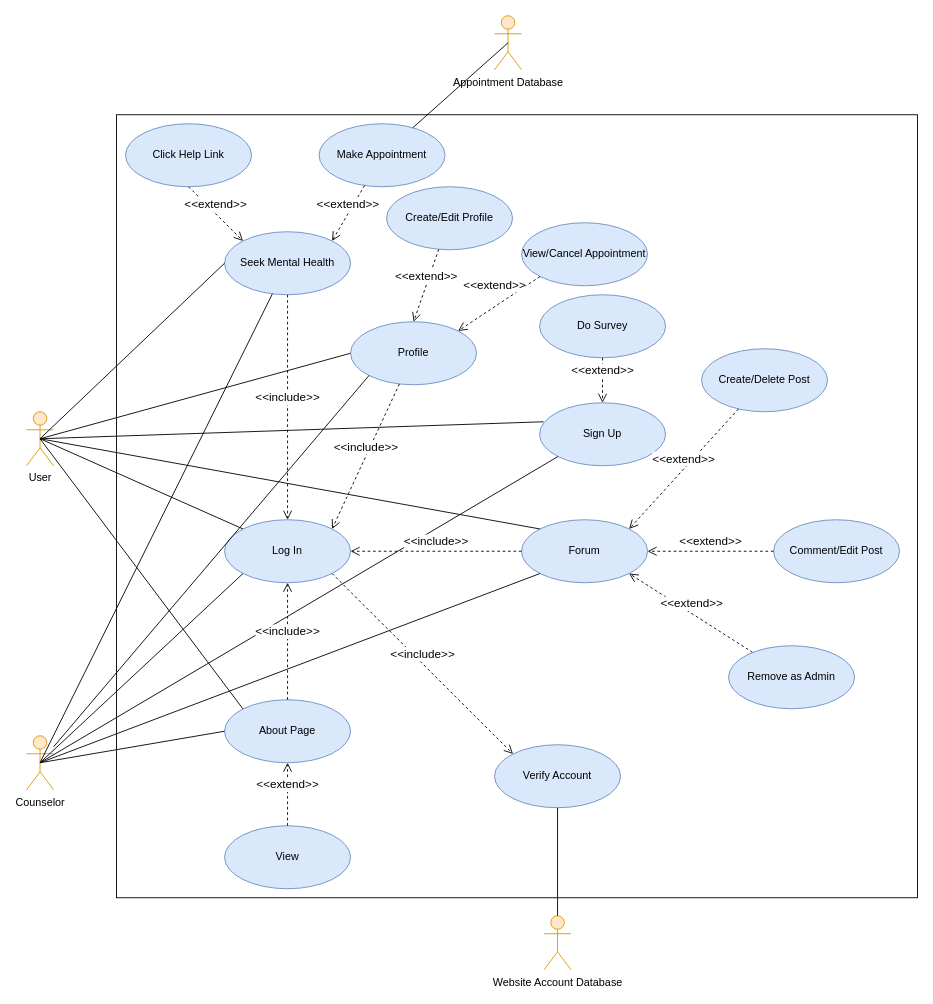
This is page "Use Case Diagram" (2 of 10) of Untitled Diagram.drawio from EliezerOng/CZ2006-Web-Devz, a draw.io file, before an edit. Source tidied: cells renumbered, new cells numbered last; positions are measured from the earlier drawing's top-left corner, leaving out a move shared by most shapes. Both pictures are drawn from the tidied source at 90%, with x=0, y=0 at pixel (26, 15).
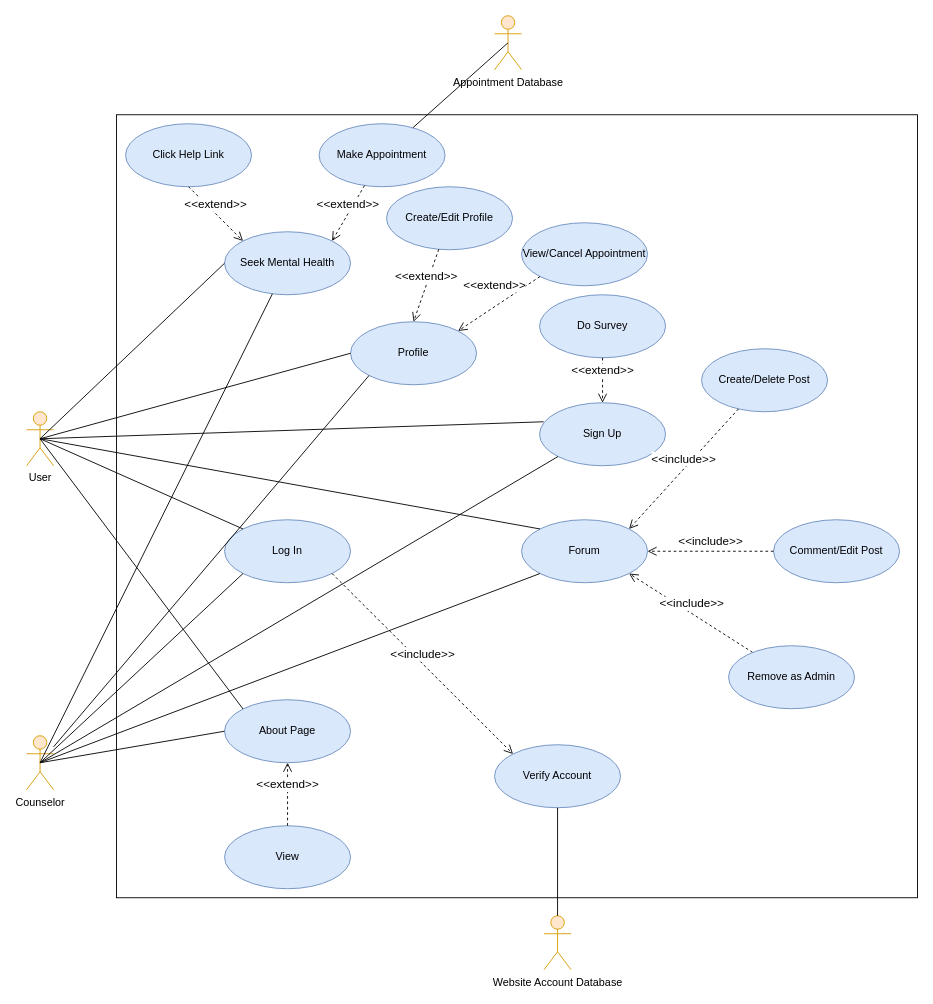
The same diagram, later.

Commit message:
update use case diagram

Unchanged cells that the change refers to:
```xml
<mxCell id="5" value="Log In" style="ellipse;whiteSpace=wrap;html=1;fillColor=#dae8fc;strokeColor=#6c8ebf;" parent="1" vertex="1">
  <mxGeometry x="220" y="560" width="140" height="70" as="geometry" />
</mxCell>
<mxCell id="11" value="Forum" style="ellipse;whiteSpace=wrap;html=1;fillColor=#dae8fc;strokeColor=#6c8ebf;" parent="1" vertex="1">
  <mxGeometry x="550" y="560" width="140" height="70" as="geometry" />
</mxCell>
<mxCell id="15" value="Create/Delete Post" style="ellipse;whiteSpace=wrap;html=1;fillColor=#dae8fc;strokeColor=#6c8ebf;" parent="1" vertex="1">
  <mxGeometry x="750" y="370" width="140" height="70" as="geometry" />
</mxCell>
<mxCell id="17" value="Comment/Edit Post" style="ellipse;whiteSpace=wrap;html=1;fillColor=#dae8fc;strokeColor=#6c8ebf;" parent="1" vertex="1">
  <mxGeometry x="830" y="560" width="140" height="70" as="geometry" />
</mxCell>
<mxCell id="20" value="Remove as Admin" style="ellipse;whiteSpace=wrap;html=1;fillColor=#dae8fc;strokeColor=#6c8ebf;" parent="1" vertex="1">
  <mxGeometry x="780" y="700" width="140" height="70" as="geometry" />
</mxCell>
<mxCell id="21" value="Seek Mental Health" style="ellipse;whiteSpace=wrap;html=1;fillColor=#dae8fc;strokeColor=#6c8ebf;" parent="1" vertex="1">
  <mxGeometry x="220" y="240" width="140" height="70" as="geometry" />
</mxCell>
<mxCell id="31" value="About Page" style="ellipse;whiteSpace=wrap;html=1;fillColor=#dae8fc;strokeColor=#6c8ebf;" parent="1" vertex="1">
  <mxGeometry x="220" y="760" width="140" height="70" as="geometry" />
</mxCell>
<mxCell id="43" value="Profile" style="ellipse;whiteSpace=wrap;html=1;fillColor=#dae8fc;strokeColor=#6c8ebf;" parent="1" vertex="1">
  <mxGeometry x="360" y="340" width="140" height="70" as="geometry" />
</mxCell>
```

Diff of the diagram source:
```diff
@@
-    <mxCell id="14" value="&amp;lt;&amp;lt;include&amp;gt;&amp;gt;" style="html=1;verticalAlign=bottom;endArrow=open;dashed=1;endSize=8;rounded=0;fontSize=13;entryX=1;entryY=0.5;entryDx=0;entryDy=0;exitX=0;exitY=0.5;exitDx=0;exitDy=0;" parent="1" edge="1" source="11" target="5">
-      <mxGeometry relative="1" as="geometry" />
-    </mxCell>
@@
-    <mxCell id="16" value="&lt;span style=&quot;font-size: 13px&quot;&gt;&amp;lt;&amp;lt;extend&amp;gt;&amp;gt;&lt;/span&gt;" style="html=1;verticalAlign=bottom;endArrow=open;dashed=1;endSize=8;rounded=0;entryX=1;entryY=0;entryDx=0;entryDy=0;" parent="1" edge="1" source="15" target="11">
+    <mxCell id="16" value="&lt;span style=&quot;font-size: 13px&quot;&gt;&amp;lt;&amp;lt;include&amp;gt;&amp;gt;&lt;/span&gt;" style="html=1;verticalAlign=bottom;endArrow=open;dashed=1;endSize=8;rounded=0;entryX=1;entryY=0;entryDx=0;entryDy=0;" parent="1" edge="1" source="15" target="11">
       <mxGeometry relative="1" as="geometry" />
     </mxCell>
@@
-    <mxCell id="18" value="&lt;span style=&quot;font-size: 13px&quot;&gt;&amp;lt;&amp;lt;extend&amp;gt;&amp;gt;&lt;/span&gt;" style="html=1;verticalAlign=bottom;endArrow=open;dashed=1;endSize=8;rounded=0;entryX=1;entryY=0.5;entryDx=0;entryDy=0;exitX=0;exitY=0.5;exitDx=0;exitDy=0;" parent="1" edge="1" source="17" target="11">
+    <mxCell id="18" value="&lt;span style=&quot;font-size: 13px&quot;&gt;&amp;lt;&amp;lt;include&amp;gt;&amp;gt;&lt;/span&gt;" style="html=1;verticalAlign=bottom;endArrow=open;dashed=1;endSize=8;rounded=0;entryX=1;entryY=0.5;entryDx=0;entryDy=0;exitX=0;exitY=0.5;exitDx=0;exitDy=0;" parent="1" edge="1" source="17" target="11">
       <mxGeometry relative="1" as="geometry" />
     </mxCell>
-    <mxCell id="19" value="&lt;font style=&quot;font-size: 13px&quot;&gt;&amp;lt;&amp;lt;extend&amp;gt;&amp;gt;&lt;/font&gt;" style="html=1;verticalAlign=bottom;endArrow=open;dashed=1;endSize=8;rounded=0;entryX=1;entryY=1;entryDx=0;entryDy=0;" parent="1" edge="1" source="20" target="11">
+    <mxCell id="19" value="&lt;font style=&quot;font-size: 13px&quot;&gt;&amp;lt;&amp;lt;include&amp;gt;&amp;gt;&lt;/font&gt;" style="html=1;verticalAlign=bottom;endArrow=open;dashed=1;endSize=8;rounded=0;entryX=1;entryY=1;entryDx=0;entryDy=0;" parent="1" edge="1" source="20" target="11">
       <mxGeometry relative="1" as="geometry" />
     </mxCell>
@@
-    <mxCell id="24" value="&amp;lt;&amp;lt;include&amp;gt;&amp;gt;" style="html=1;verticalAlign=bottom;endArrow=open;dashed=1;endSize=8;rounded=0;fontSize=13;entryX=0.5;entryY=0;entryDx=0;entryDy=0;" parent="1" edge="1" source="21" target="5">
-      <mxGeometry relative="1" as="geometry" />
-    </mxCell>
@@
-    <mxCell id="34" value="&amp;lt;&amp;lt;include&amp;gt;&amp;gt;" style="html=1;verticalAlign=bottom;endArrow=open;dashed=1;endSize=8;rounded=0;fontSize=13;entryX=0.5;entryY=1;entryDx=0;entryDy=0;" parent="1" edge="1" source="31" target="5">
-      <mxGeometry relative="1" as="geometry" />
-    </mxCell>
@@
-    <mxCell id="46" value="&amp;lt;&amp;lt;include&amp;gt;&amp;gt;" style="html=1;verticalAlign=bottom;endArrow=open;dashed=1;endSize=8;rounded=0;fontSize=13;entryX=1;entryY=0;entryDx=0;entryDy=0;" parent="1" edge="1" source="43" target="5">
-      <mxGeometry relative="1" as="geometry" />
-    </mxCell>
```
